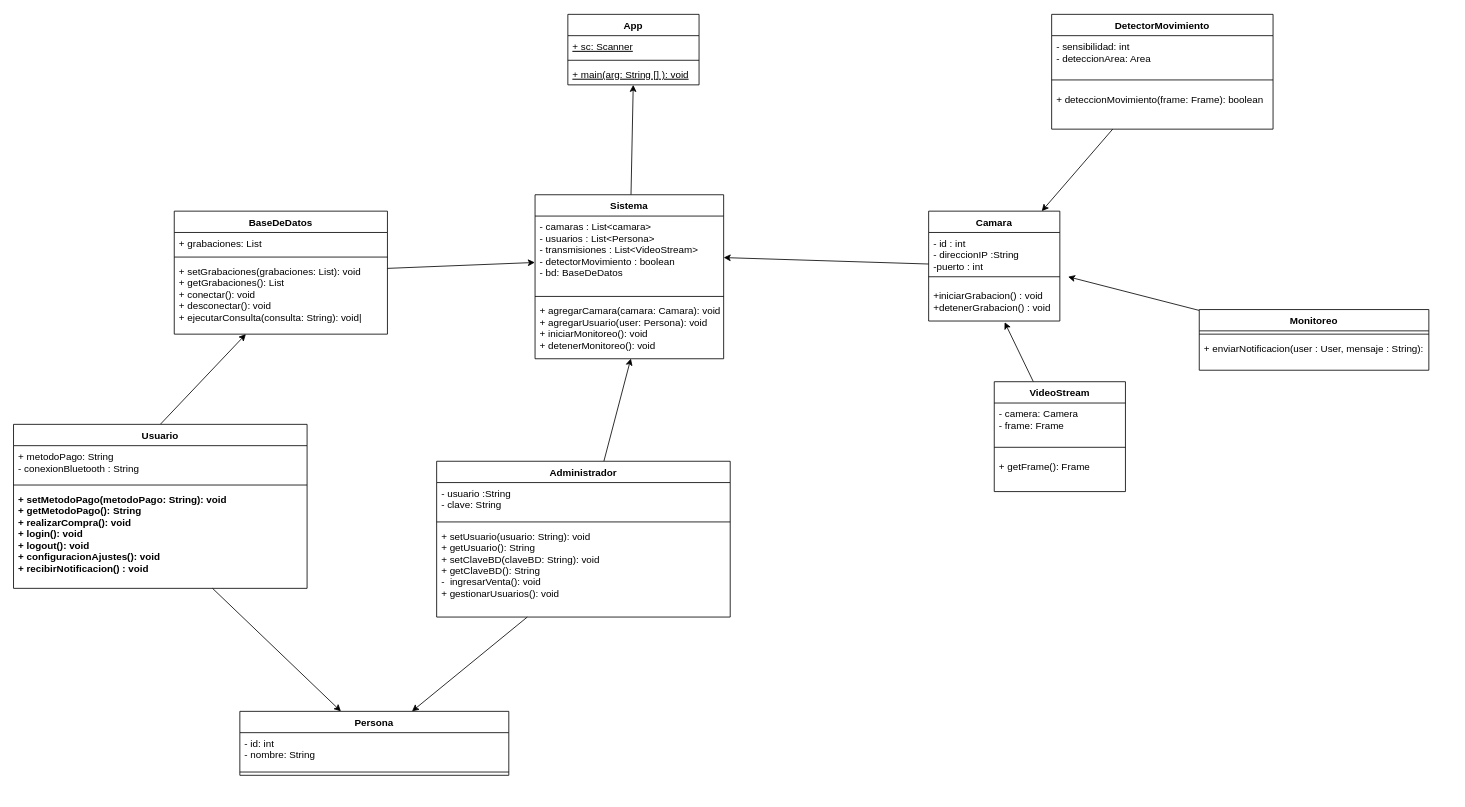
Before: design/DC.DIO in Chrissisx/prjSistemaSeguridadDomestica, a draw.io diagram. Source tidied: cells renumbered, new cells numbered last; positions are measured from the earlier drawing's top-left corner, leaving out a move shared by most shapes. Both pictures are drawn from the tidied source at 82%, with x=0, y=0 at pixel (13, 14).
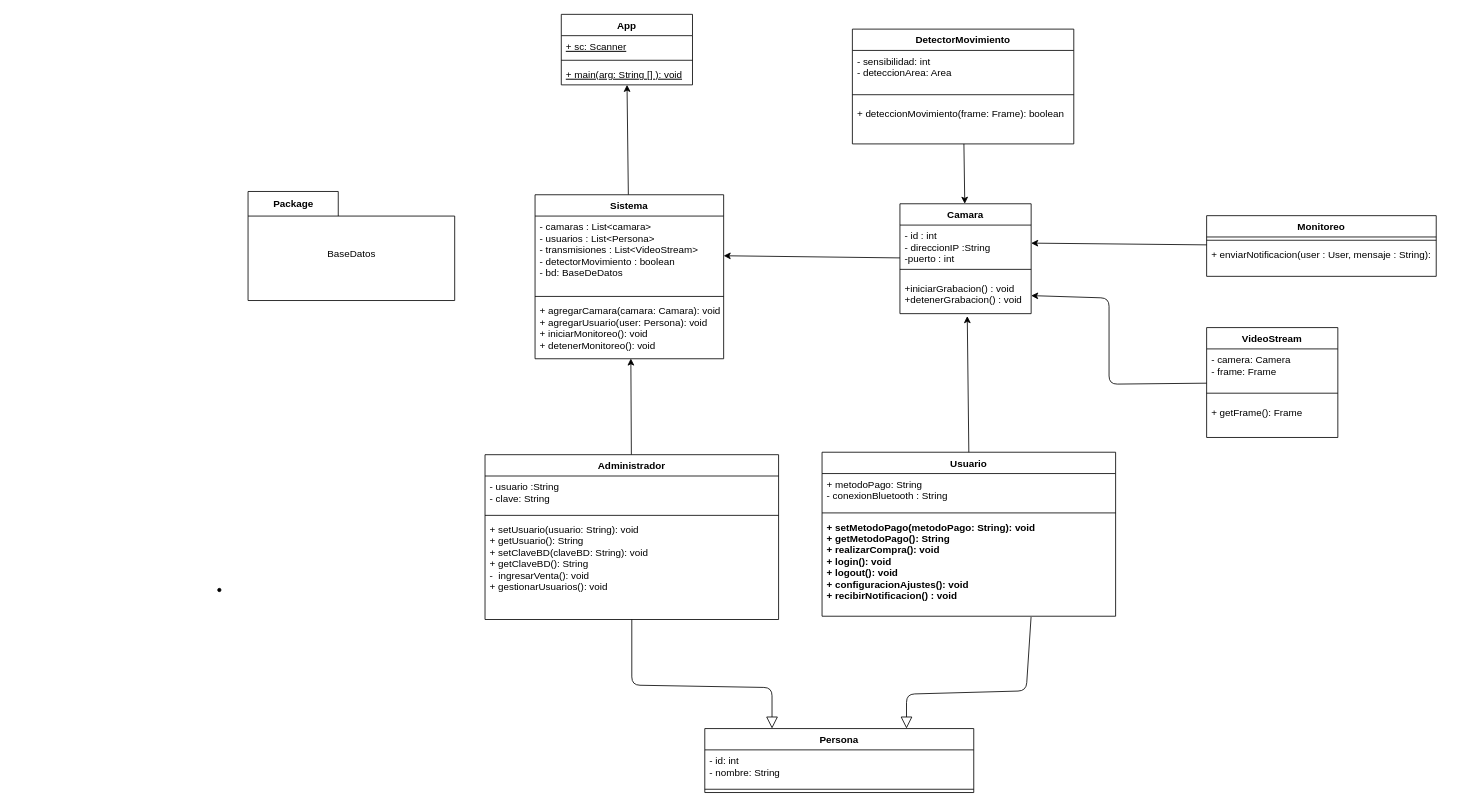
Above is the later version.

Unchanged cells that the change refers to:
```xml
<mxCell id="6" value="- id : int&#10;- direccionIP :String&#10;-puerto : int" style="text;strokeColor=none;fillColor=none;align=left;verticalAlign=top;spacingLeft=4;spacingRight=4;overflow=hidden;points=[[0,0.5],[1,0.5]];portConstraint=eastwest;" parent="5" vertex="1">
  <mxGeometry y="26" width="160" height="44" as="geometry" />
</mxCell>
<mxCell id="8" value="+iniciarGrabacion() : void&#10;+detenerGrabacion() : void" style="text;strokeColor=none;fillColor=none;align=left;verticalAlign=top;spacingLeft=4;spacingRight=4;overflow=hidden;points=[[0,0.5],[1,0.5]];portConstraint=eastwest;" parent="5" vertex="1">
  <mxGeometry y="90" width="160" height="44" as="geometry" />
</mxCell>
<mxCell id="29" value="- camaras : List&lt;camara&gt;&#10;- usuarios : List&lt;Persona&gt;&#10;- transmisiones : List&lt;VideoStream&gt;&#10;- detectorMovimiento : boolean&#10;- bd: BaseDeDatos" style="text;strokeColor=none;fillColor=none;align=left;verticalAlign=top;spacingLeft=4;spacingRight=4;overflow=hidden;points=[[0,0.5],[1,0.5]];portConstraint=eastwest;" parent="28" vertex="1">
  <mxGeometry y="26" width="230" height="94" as="geometry" />
</mxCell>
<mxCell id="35" value="+ setMetodoPago(metodoPago: String): void&#10;+ getMetodoPago(): String&#10;+ realizarCompra(): void&#10;+ login(): void&#10;+ logout(): void &#10;+ configuracionAjustes(): void&#10;+ recibirNotificacion() : void &#10;&#10;&#10;" style="text;strokeColor=none;fillColor=none;align=left;verticalAlign=top;spacingLeft=4;spacingRight=4;overflow=hidden;points=[[0,0.5],[1,0.5]];portConstraint=eastwest;fontStyle=1;" parent="32" vertex="1">
  <mxGeometry y="78" width="358" height="122" as="geometry" />
</mxCell>
```

What changed in the source:
```diff
@@
-    <mxCell id="2" style="edgeStyle=none;html=1;" parent="1" edge="1" source="35" target="46">
-      <mxGeometry relative="1" as="geometry" />
-    </mxCell>
-    <mxCell id="3" style="edgeStyle=none;html=1;exitX=0.5;exitY=0;exitDx=0;exitDy=0;" parent="1" edge="1" source="32" target="40">
-      <mxGeometry relative="1" as="geometry" />
-    </mxCell>
@@
     <mxCell id="5" value="Camara" style="swimlane;fontStyle=1;align=center;verticalAlign=top;horizontal=1;startSize=26;" parent="1" vertex="1">
-      <mxGeometry x="1116" y="240" width="160" height="134" as="geometry" />
+      <mxGeometry x="1081" y="231" width="160" height="134" as="geometry" />
     </mxCell>
@@
-    <mxCell id="9" style="edgeStyle=none;html=1;" parent="1" edge="1" source="10">
-      <mxGeometry relative="1" as="geometry">
-        <mxPoint x="1286" y="320" as="targetPoint" />
-      </mxGeometry>
+    <mxCell id="9" style="edgeStyle=none;html=1;entryX=1;entryY=0.5;entryDx=0;entryDy=0;" parent="1" edge="1" source="10" target="6">
+      <mxGeometry relative="1" as="geometry" />
     </mxCell>
     <mxCell id="10" value="Monitoreo" style="swimlane;fontStyle=1;align=center;verticalAlign=top;horizontal=1;startSize=26;" parent="1" vertex="1">
-      <mxGeometry x="1446" y="360" width="280" height="74" as="geometry" />
+      <mxGeometry x="1455" y="245.5" width="280" height="74" as="geometry" />
     </mxCell>
@@
-    <mxCell id="13" style="edgeStyle=none;html=1;entryX=0.579;entryY=1.032;entryDx=0;entryDy=0;entryPerimeter=0;" parent="1" edge="1" source="14" target="8">
-      <mxGeometry relative="1" as="geometry" />
+    <mxCell id="13" style="edgeStyle=none;html=1;entryX=1;entryY=0.5;entryDx=0;entryDy=0;" parent="1" edge="1" source="14" target="8">
+      <mxGeometry relative="1" as="geometry">
+        <Array as="points">
+          <mxPoint x="1336" y="451" />
+          <mxPoint x="1336" y="346" />
+        </Array>
+      </mxGeometry>
     </mxCell>
     <mxCell id="14" value="VideoStream" style="swimlane;fontStyle=1;align=center;verticalAlign=top;horizontal=1;startSize=26;" parent="1" vertex="1">
-      <mxGeometry x="1196" y="448" width="160" height="134" as="geometry" />
+      <mxGeometry x="1455" y="382" width="160" height="134" as="geometry" />
     </mxCell>
@@
     <mxCell id="19" value="DetectorMovimiento" style="swimlane;fontStyle=1;align=center;verticalAlign=top;horizontal=1;startSize=26;" parent="1" vertex="1">
-      <mxGeometry x="1266" width="270" height="140" as="geometry" />
+      <mxGeometry x="1023" y="18" width="270" height="140" as="geometry" />
     </mxCell>
@@
     <mxCell id="23" value="App" style="swimlane;fontStyle=1;align=center;verticalAlign=top;horizontal=1;startSize=26;" parent="1" vertex="1">
-      <mxGeometry x="676" width="160" height="86" as="geometry" />
+      <mxGeometry x="668" width="160" height="86" as="geometry" />
     </mxCell>
@@
     <mxCell id="32" value="Usuario" style="swimlane;fontStyle=1;align=center;verticalAlign=top;horizontal=1;startSize=26;" parent="1" vertex="1">
-      <mxGeometry y="500" width="358" height="200" as="geometry" />
+      <mxGeometry x="986" y="534" width="358" height="200" as="geometry" />
     </mxCell>
@@
-    <mxCell id="36" style="edgeStyle=none;html=1;entryX=-0.001;entryY=0.602;entryDx=0;entryDy=0;entryPerimeter=0;" parent="1" edge="1" source="37" target="29">
-      <mxGeometry relative="1" as="geometry" />
-    </mxCell>
-    <mxCell id="37" value="BaseDeDatos" style="swimlane;fontStyle=1;align=center;verticalAlign=top;horizontal=1;startSize=26;" parent="1" vertex="1">
-      <mxGeometry x="196" y="240" width="260" height="150" as="geometry" />
-    </mxCell>
-    <mxCell id="38" value="+ grabaciones: List" style="text;strokeColor=none;fillColor=none;align=left;verticalAlign=top;spacingLeft=4;spacingRight=4;overflow=hidden;" parent="37" vertex="1">
-      <mxGeometry y="26" width="260" height="26" as="geometry" />
-    </mxCell>
-    <mxCell id="39" style="line;strokeWidth=1;fillColor=none;align=left;verticalAlign=middle;spacingTop=-1;spacingLeft=3;spacingRight=3;labelPosition=right;strokeColor=inherit;" parent="37" vertex="1">
-      <mxGeometry y="52" width="260" height="8" as="geometry" />
-    </mxCell>
-    <mxCell id="40" value="+ setGrabaciones(grabaciones: List): void&#10;+ getGrabaciones(): List&#10;+ conectar(): void &#10;+ desconectar(): void  &#10;+ ejecutarConsulta(consulta: String): void|" style="text;strokeColor=none;fillColor=none;align=left;verticalAlign=top;spacingLeft=4;spacingRight=4;overflow=hidden;points=[[0,0.5],[1,0.5]];portConstraint=eastwest;" parent="37" vertex="1">
-      <mxGeometry y="60" width="260" height="90" as="geometry" />
-    </mxCell>
@@
     <mxCell id="42" value="Administrador" style="swimlane;fontStyle=1;align=center;verticalAlign=top;horizontal=1;startSize=26;" parent="1" vertex="1">
-      <mxGeometry x="516" y="545" width="358" height="190" as="geometry" />
+      <mxGeometry x="575" y="537" width="358" height="201" as="geometry" />
     </mxCell>
@@
     <mxCell id="45" value="+ setUsuario(usuario: String): void&#10;+ getUsuario(): String&#10;+ setClaveBD(claveBD: String): void&#10;+ getClaveBD(): String&#10;-  ingresarVenta(): void&#10;+ gestionarUsuarios(): void" style="text;strokeColor=none;fillColor=none;align=left;verticalAlign=top;spacingLeft=4;spacingRight=4;overflow=hidden;points=[[0,0.5],[1,0.5]];portConstraint=eastwest;" parent="42" vertex="1">
-      <mxGeometry y="78" width="358" height="112" as="geometry" />
+      <mxGeometry y="78" width="358" height="123" as="geometry" />
     </mxCell>
     <mxCell id="46" value="Persona" style="swimlane;fontStyle=1;align=center;verticalAlign=top;horizontal=1;startSize=26;" parent="1" vertex="1">
-      <mxGeometry x="276" y="850" width="328" height="78" as="geometry" />
+      <mxGeometry x="843" y="871" width="328" height="78" as="geometry" />
     </mxCell>
@@
+    <mxCell id="50" style="ellipse;html=1;fillColor=strokeColor;" parent="1" vertex="1">
+      <mxGeometry x="249" y="700" width="4" height="4" as="geometry" />
+    </mxCell>
+    <mxCell id="2" style="endArrow=block;endFill=0;endSize=12;html=1;exitX=0.712;exitY=1.008;exitDx=0;exitDy=0;exitPerimeter=0;entryX=0.75;entryY=0;entryDx=0;entryDy=0;" parent="1" edge="1" source="35" target="46">
+      <mxGeometry relative="1" as="geometry">
+        <Array as="points">
+          <mxPoint x="1235" y="825" />
+          <mxPoint x="1089" y="829" />
+        </Array>
+      </mxGeometry>
+    </mxCell>
-    <mxCell id="49" style="edgeStyle=none;html=1;entryX=0.64;entryY=0;entryDx=0;entryDy=0;entryPerimeter=0;" parent="1" edge="1" source="45" target="46">
-      <mxGeometry relative="1" as="geometry" />
+    <mxCell id="49" style="endArrow=block;endFill=0;endSize=12;html=1;entryX=0.25;entryY=0;entryDx=0;entryDy=0;" parent="1" edge="1" source="45" target="46">
+      <mxGeometry relative="1" as="geometry">
+        <Array as="points">
+          <mxPoint x="754" y="818" />
+          <mxPoint x="925" y="821" />
+        </Array>
+      </mxGeometry>
     </mxCell>
+    <mxCell id="51" value="Package" style="shape=folder;fontStyle=1;tabWidth=110;tabHeight=30;tabPosition=left;html=1;boundedLbl=1;labelInHeader=1;" parent="1" vertex="1">
+      <mxGeometry x="286" y="216" width="252" height="133" as="geometry" />
+    </mxCell>
+    <mxCell id="52" value="BaseDatos" style="html=1;strokeColor=none;fillColor=none;" parent="51" vertex="1">
+      <mxGeometry width="252" height="93.1" relative="1" as="geometry">
+        <mxPoint y="30" as="offset" />
+      </mxGeometry>
+    </mxCell>
+    <mxCell id="53" style="edgeStyle=none;html=1;entryX=0.513;entryY=1.068;entryDx=0;entryDy=0;entryPerimeter=0;exitX=0.5;exitY=0;exitDx=0;exitDy=0;" parent="1" edge="1" source="32" target="8">
+      <mxGeometry relative="1" as="geometry" />
+    </mxCell>
```
